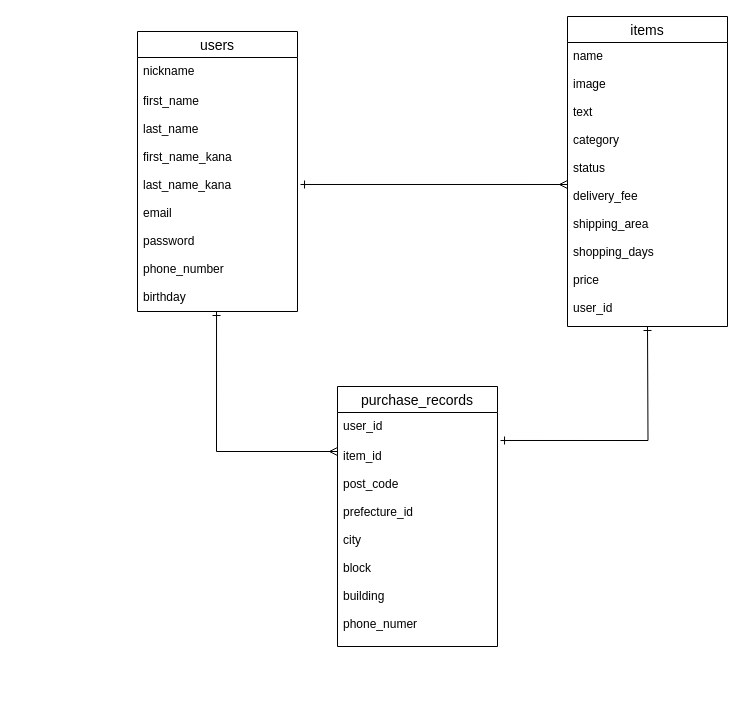
Earlier version of the draw.io diagram furima.dio (Machiko802/furima-33844). Source tidied: cells renumbered, new cells numbered last; positions are measured from the earlier drawing's top-left corner, leaving out a move shared by most shapes. Both pictures are drawn from the tidied source at 100%, with x=0, y=0 at pixel (137, 16).
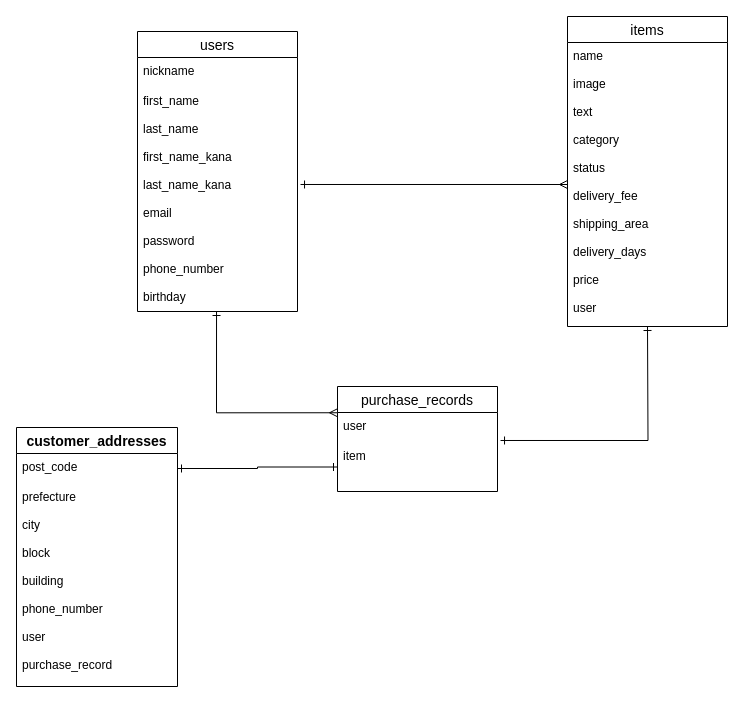
The same page after the edit.

Commit message:
配送先テーブルを追加

Change to the diagram source:
```diff
@@
 <mxGraphModel>
   <root>
     <mxCell id="0" />
     <mxCell id="1" parent="0" />
     <mxCell id="2" value="users" style="swimlane;fontStyle=0;horizontal=1;startSize=26;align=center;fontSize=14;" parent="1" vertex="1">
       <mxGeometry y="15" width="160" height="280" as="geometry" />
     </mxCell>
     <mxCell id="3" value="nickname" style="text;strokeColor=none;fillColor=none;spacingLeft=4;spacingRight=4;overflow=hidden;fontSize=12;" parent="2" vertex="1">
       <mxGeometry y="26" width="160" height="254" as="geometry" />
     </mxCell>
     <mxCell id="4" value="items" style="swimlane;fontStyle=0;horizontal=1;startSize=26;align=center;fontSize=14;" parent="1" vertex="1">
       <mxGeometry x="430" width="160" height="310" as="geometry" />
     </mxCell>
-    <mxCell id="5" value="name&#10;&#10;image&#10;&#10;text&#10;&#10;category&#10;&#10;status&#10;&#10;delivery_fee&#10;&#10;shipping_area&#10;&#10;shopping_days&#10;&#10;price&#10;&#10;user_id&#10;&#10;&#10;&#10;&#10;&#10;&#10;&#10;&#10;&#10;" style="text;strokeColor=none;fillColor=none;spacingLeft=4;spacingRight=4;overflow=hidden;points=[[0,0.5],[1,0.5]];portConstraint=eastwest;fontSize=12;" parent="4" vertex="1">
+    <mxCell id="5" value="name&#10;&#10;image&#10;&#10;text&#10;&#10;category&#10;&#10;status&#10;&#10;delivery_fee&#10;&#10;shipping_area&#10;&#10;delivery_days&#10;&#10;price&#10;&#10;user&#10;&#10;&#10;&#10;&#10;&#10;&#10;&#10;&#10;&#10;" style="text;strokeColor=none;fillColor=none;spacingLeft=4;spacingRight=4;overflow=hidden;points=[[0,0.5],[1,0.5]];portConstraint=eastwest;fontSize=12;" parent="4" vertex="1">
       <mxGeometry y="26" width="160" height="284" as="geometry" />
     </mxCell>
     <mxCell id="6" style="edgeStyle=orthogonalEdgeStyle;rounded=0;jettySize=auto;html=1;exitX=1.019;exitY=0.933;exitDx=0;exitDy=0;startArrow=ERone;startFill=0;endArrow=ERone;endFill=0;strokeWidth=1;exitPerimeter=0;" parent="4" edge="1" source="10">
       <mxGeometry relative="1" as="geometry">
         <mxPoint x="80" y="310" as="targetPoint" />
       </mxGeometry>
     </mxCell>
     <mxCell id="7" style="edgeStyle=orthogonalEdgeStyle;rounded=0;jettySize=auto;html=1;entryX=0;entryY=0.5;entryDx=0;entryDy=0;endArrow=ERmany;endFill=0;strokeWidth=1;startArrow=ERone;startFill=0;exitX=1.019;exitY=0.433;exitDx=0;exitDy=0;exitPerimeter=0;" parent="1" edge="1" source="12" target="5">
       <mxGeometry relative="1" as="geometry" />
     </mxCell>
     <mxCell id="8" style="edgeStyle=orthogonalEdgeStyle;rounded=0;jettySize=auto;html=1;entryX=0.494;entryY=1;entryDx=0;entryDy=0;entryPerimeter=0;startArrow=ERmany;startFill=0;endArrow=ERone;endFill=0;strokeWidth=1;exitX=0;exitY=0.25;exitDx=0;exitDy=0;" parent="1" edge="1" source="9" target="12">
       <mxGeometry relative="1" as="geometry" />
     </mxCell>
     <mxCell id="9" value="purchase_records" style="swimlane;fontStyle=0;horizontal=1;startSize=26;align=center;fontSize=14;" parent="1" vertex="1">
-      <mxGeometry x="200" y="370" width="160" height="260" as="geometry" />
+      <mxGeometry x="200" y="370" width="160" height="105" as="geometry" />
     </mxCell>
-    <mxCell id="10" value="user_id" style="text;strokeColor=none;fillColor=none;spacingLeft=4;spacingRight=4;overflow=hidden;points=[[0,0.5],[1,0.5]];portConstraint=eastwest;fontSize=12;" parent="9" vertex="1">
+    <mxCell id="10" value="user" style="text;strokeColor=none;fillColor=none;spacingLeft=4;spacingRight=4;overflow=hidden;points=[[0,0.5],[1,0.5]];portConstraint=eastwest;fontSize=12;" parent="9" vertex="1">
       <mxGeometry y="26" width="160" height="30" as="geometry" />
     </mxCell>
-    <mxCell id="11" value="item_id&#10;&#10;post_code&#10;&#10;prefecture_id&#10;&#10;city&#10;&#10;block&#10;&#10;building&#10;&#10;phone_numer&#10;&#10;&#10;&#10;&#10;&#10;&#10;&#10;" style="text;strokeColor=none;fillColor=none;spacingLeft=4;spacingRight=4;overflow=hidden;points=[[0,0.5],[1,0.5]];portConstraint=eastwest;fontSize=12;" parent="9" vertex="1">
-      <mxGeometry y="56" width="160" height="204" as="geometry" />
+    <mxCell id="11" value="item" style="text;strokeColor=none;fillColor=none;spacingLeft=4;spacingRight=4;overflow=hidden;points=[[0,0.5],[1,0.5]];portConstraint=eastwest;fontSize=12;" parent="9" vertex="1">
+      <mxGeometry y="56" width="160" height="49" as="geometry" />
     </mxCell>
     <mxCell id="12" value="first_name&#10;&#10;last_name&#10;&#10;first_name_kana&#10;&#10;last_name_kana&#10;&#10;email&#10;&#10;password&#10;&#10;phone_number&#10;&#10;birthday&#10;&#10;" style="text;strokeColor=none;fillColor=none;spacingLeft=4;spacingRight=4;overflow=hidden;points=[[0,0.5],[1,0.5]];portConstraint=eastwest;fontSize=12;" parent="1" vertex="1">
       <mxGeometry y="71" width="160" height="224" as="geometry" />
     </mxCell>
+    <mxCell id="13" value="customer_addresses" style="swimlane;fontStyle=1;horizontal=1;startSize=26;align=center;fontSize=14;" parent="1" vertex="1">
+      <mxGeometry x="-121" y="411" width="161" height="259" as="geometry" />
+    </mxCell>
+    <mxCell id="14" value="post_code" style="text;strokeColor=none;fillColor=none;spacingLeft=4;spacingRight=4;overflow=hidden;points=[[0,0.5],[1,0.5]];portConstraint=eastwest;fontSize=12;" parent="13" vertex="1">
+      <mxGeometry y="26" width="161" height="30" as="geometry" />
+    </mxCell>
+    <mxCell id="15" value="prefecture&#10;&#10;city&#10;&#10;block&#10;&#10;building&#10;&#10;phone_number&#10;&#10;user&#10;&#10;purchase_record" style="text;strokeColor=none;fillColor=none;spacingLeft=4;spacingRight=4;overflow=hidden;fontSize=12;" parent="13" vertex="1">
+      <mxGeometry y="56" width="161" height="203" as="geometry" />
+    </mxCell>
+    <mxCell id="16" style="edgeStyle=orthogonalEdgeStyle;rounded=0;jettySize=auto;html=1;exitX=1;exitY=0.5;exitDx=0;exitDy=0;entryX=0;entryY=0.5;entryDx=0;entryDy=0;startArrow=ERone;startFill=0;endArrow=ERone;endFill=0;fontSize=12;" parent="1" edge="1" source="14" target="11">
+      <mxGeometry relative="1" as="geometry" />
+    </mxCell>
   </root>
 </mxGraphModel>
```
